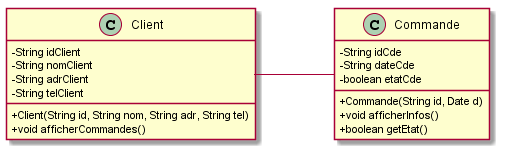
Before: POO/images/plantuml/td6.general.png, a diagram exported from PlantUML (IUT-Blagnac/POO). The source it was exported from:
```plantuml
@startuml

skinparam classAttributeIconSize 0

class Commande {
	- String idCde
	- String dateCde
	- boolean etatCde
	+ Commande(String id, Date d)
	+ void afficherInfos()
	+ boolean getEtat()
}


class Client {
	- String idClient
	- String nomClient
	- String adrClient
	- String telClient
	+ Client(String id, String nom, String adr, String tel)
	+ void afficherCommandes()
}


Client  - Commande : Passer

@enduml
```
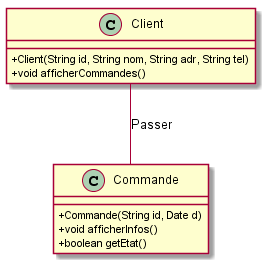
After the commit.

The edit, as a diff of the source:
```diff
@@ -3,9 +3,6 @@
 skinparam classAttributeIconSize 0
 
 class Commande {
-	- String idCde
-	- String dateCde
-	- boolean etatCde
 	+ Commande(String id, Date d)
 	+ void afficherInfos()
 	+ boolean getEtat()
@@ -13,15 +10,11 @@
 
 
 class Client {
-	- String idClient
-	- String nomClient
-	- String adrClient
-	- String telClient
 	+ Client(String id, String nom, String adr, String tel)
 	+ void afficherCommandes()
 }
 
 
-Client  - Commande : Passer
+Client  -- Commande : Passer
 
 @enduml
```
